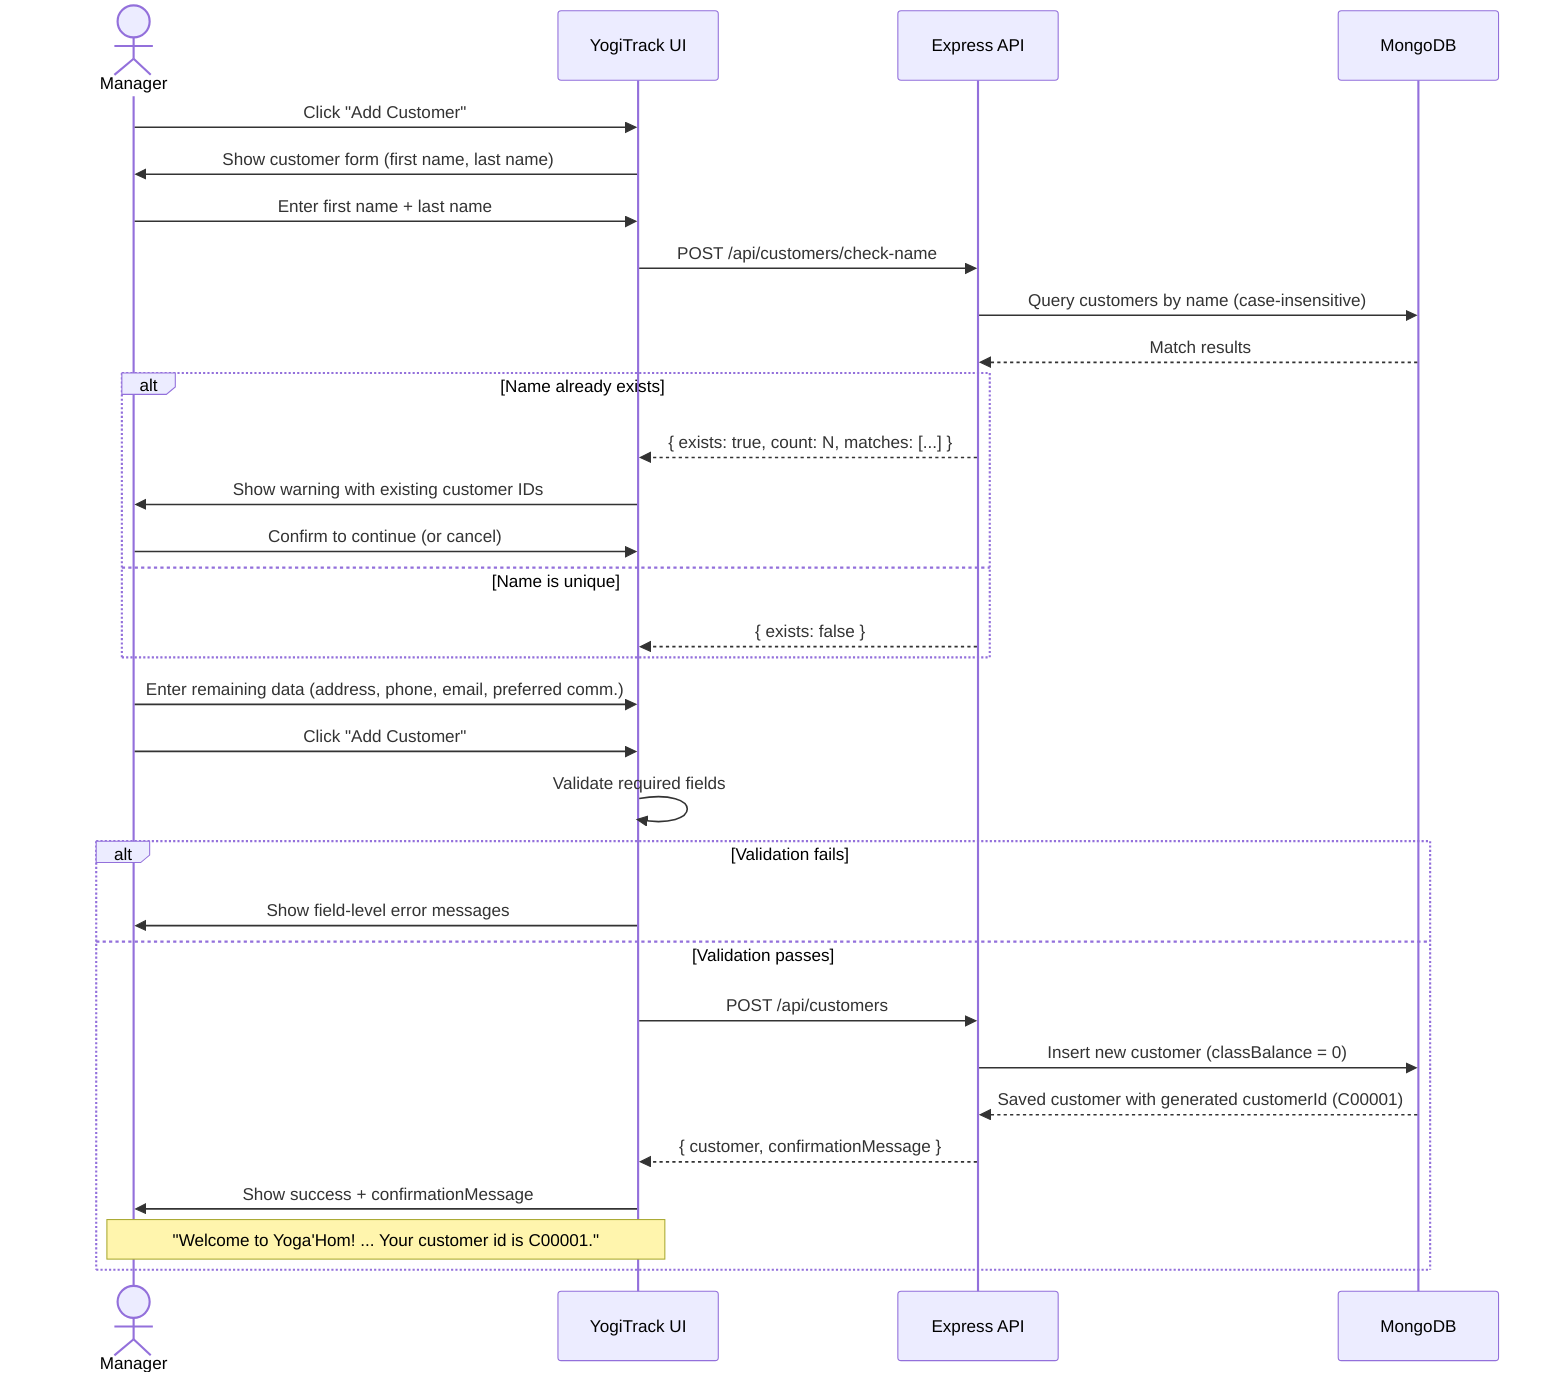
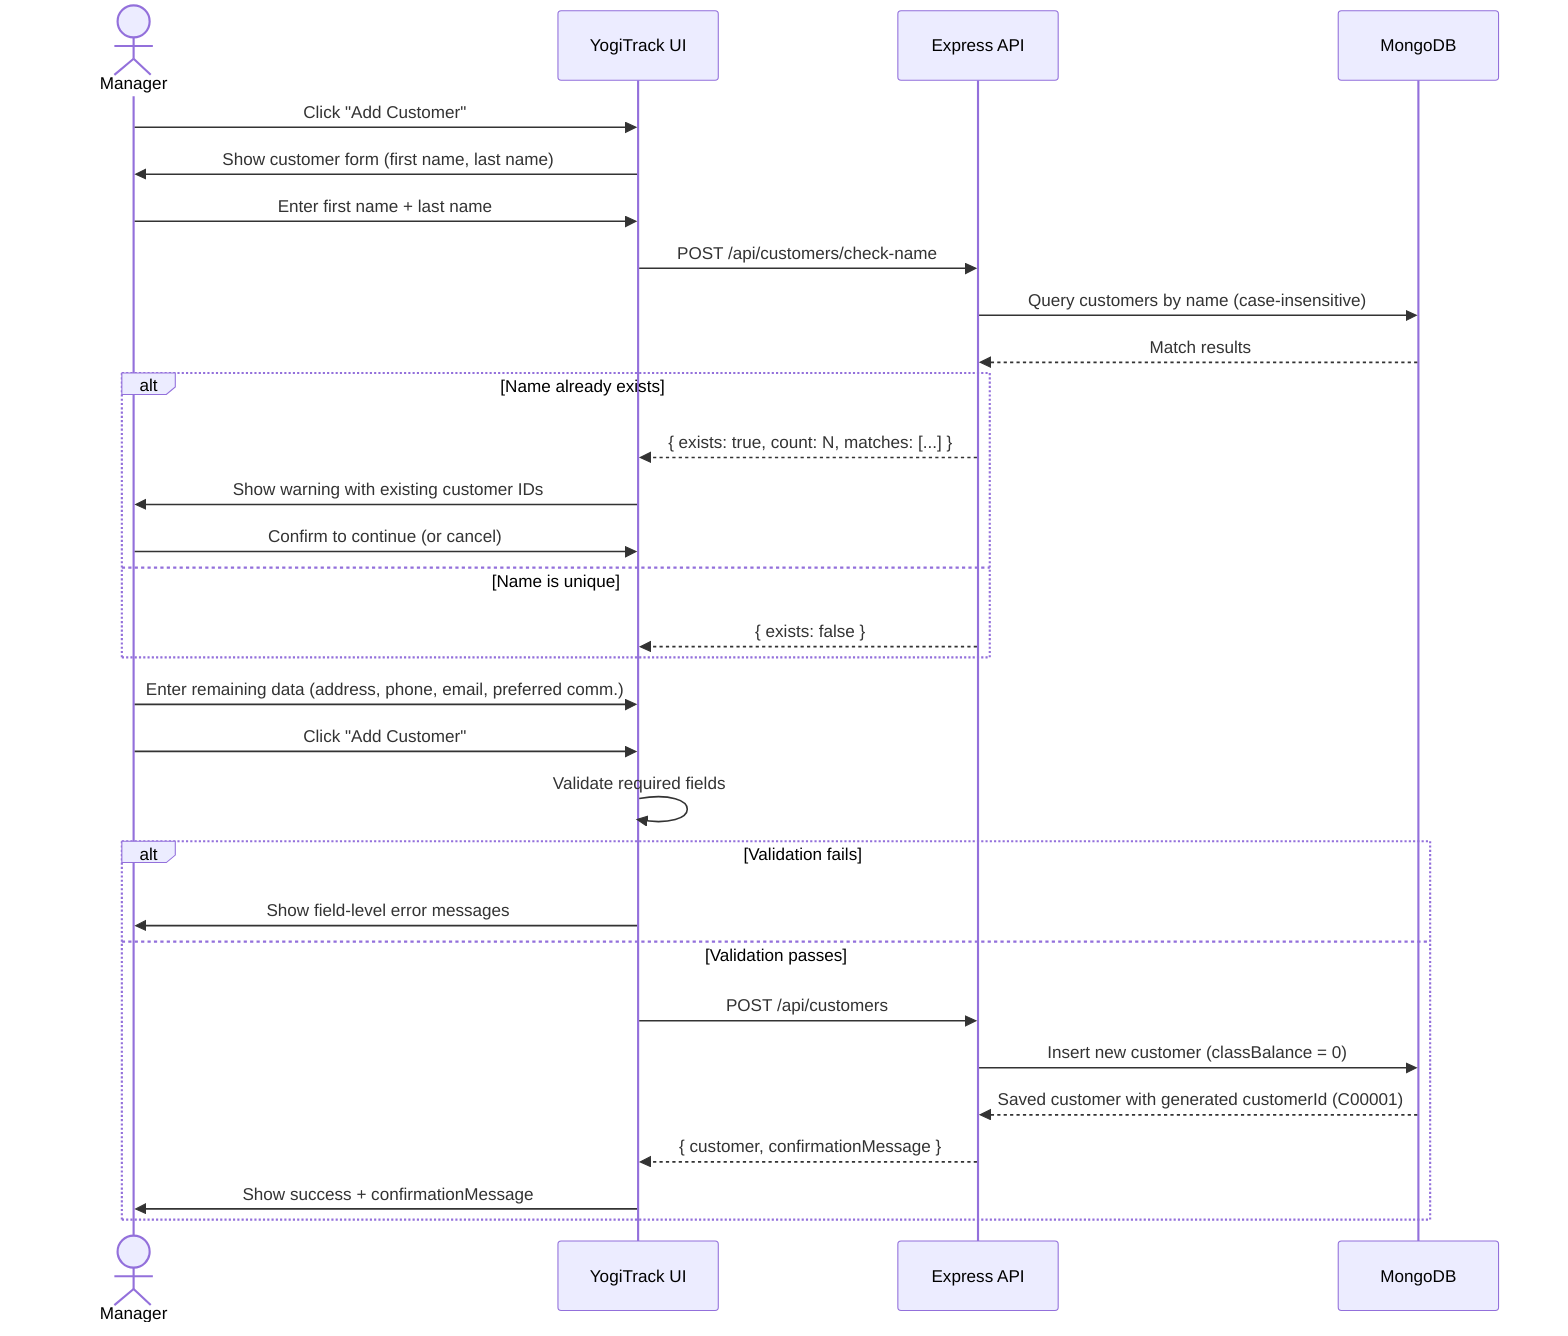
sequenceDiagram
    actor Manager
    participant UI as YogiTrack UI
    participant API as Express API
    participant DB as MongoDB

    Manager->>UI: Click "Add Customer"
    UI->>Manager: Show customer form (first name, last name)
    Manager->>UI: Enter first name + last name
    UI->>API: POST /api/customers/check-name
    API->>DB: Query customers by name (case-insensitive)
    DB-->>API: Match results
    alt Name already exists
        API-->>UI: { exists: true, count: N, matches: [...] }
        UI->>Manager: Show warning with existing customer IDs
        Manager->>UI: Confirm to continue (or cancel)
    else Name is unique
        API-->>UI: { exists: false }
    end
    Manager->>UI: Enter remaining data (address, phone, email, preferred comm.)
    Manager->>UI: Click "Add Customer"
    UI->>UI: Validate required fields
    alt Validation fails
        UI->>Manager: Show field-level error messages
    else Validation passes
        UI->>API: POST /api/customers
        API->>DB: Insert new customer (classBalance = 0)
        DB-->>API: Saved customer with generated customerId (C00001)
        API-->>UI: { customer, confirmationMessage }
        UI->>Manager: Show success + confirmationMessage
-         Note over UI,Manager: "Welcome to Yoga'Hom! ... Your customer id is C00001."
    end
